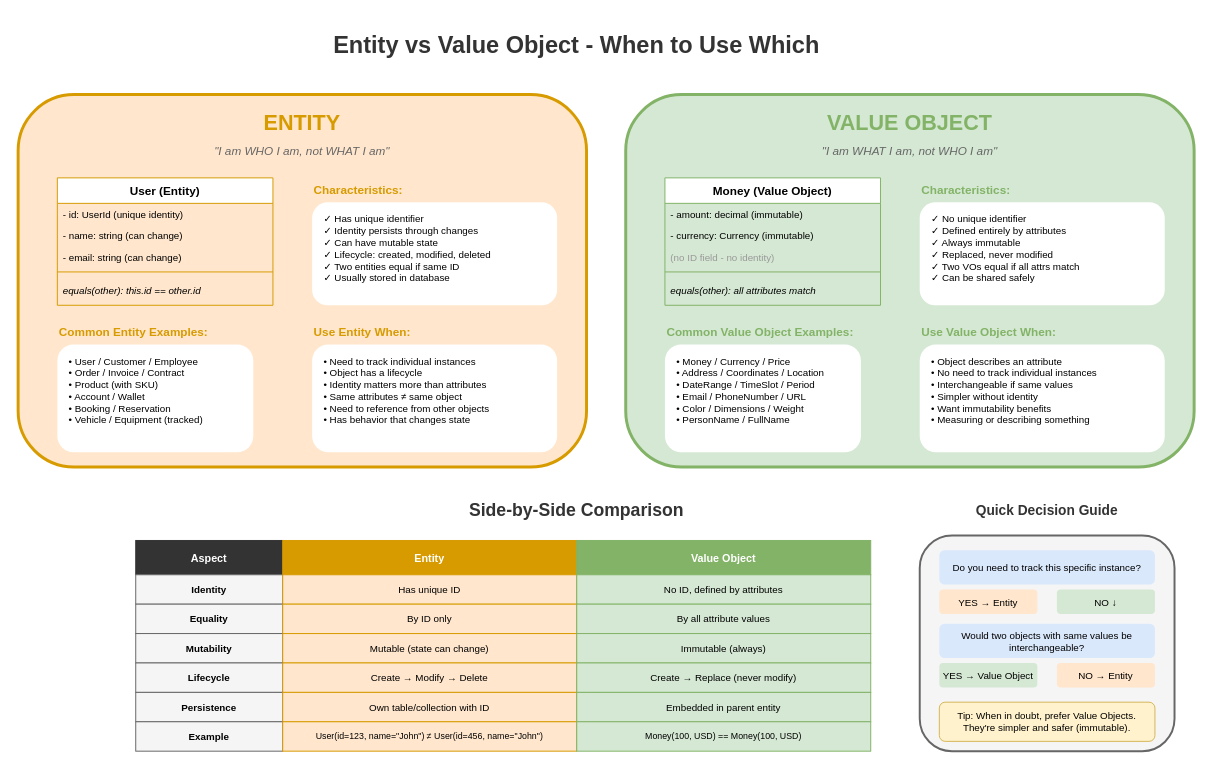
This is lesson-01-software-design-architecture/diagrams/1.5.2-ddd-entity-vs-value-object.drawio from MrParkerZ7/document-lesson-software-architect-x-claude, a draw.io file, before an edit. Source tidied: cells renumbered, new cells numbered last; positions are measured from the earlier drawing's top-left corner, leaving out a move shared by most shapes. Both pictures are drawn from the tidied source at 98%, with x=0, y=0 at pixel (18, 25).
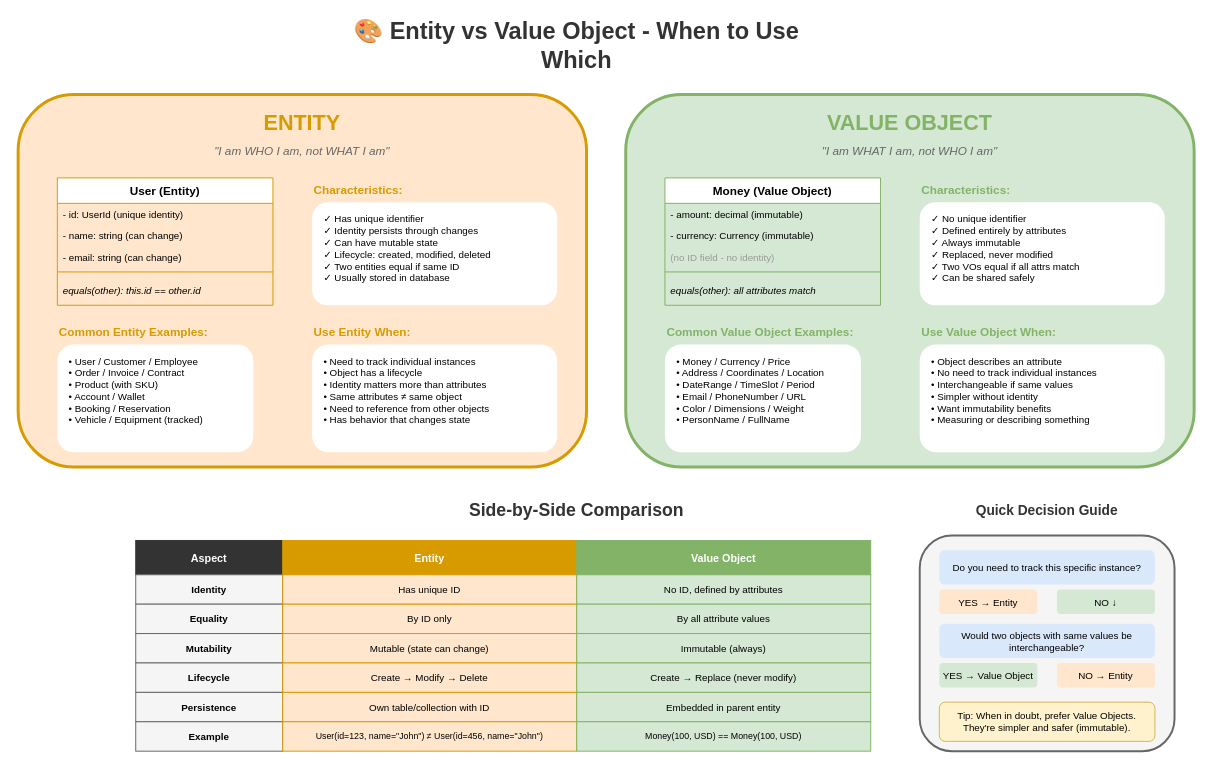
The same diagram, later.

The edit, as a diff of the source:
```diff
@@
-    <mxCell id="2" value="Entity vs Value Object - When to Use Which" style="text;html=1;strokeColor=none;fillColor=none;align=center;verticalAlign=middle;whiteSpace=wrap;rounded=0;fontSize=24;fontStyle=1;fontColor=#333333;" parent="1" vertex="1">
+    <mxCell id="2" value="🎨 Entity vs Value Object - When to Use Which" style="text;html=1;strokeColor=none;fillColor=none;align=center;verticalAlign=middle;whiteSpace=wrap;rounded=0;fontSize=24;fontStyle=1;fontColor=#333333;" parent="1" vertex="1">
       <mxGeometry x="320" width="500" height="40" as="geometry" />
     </mxCell>
```
